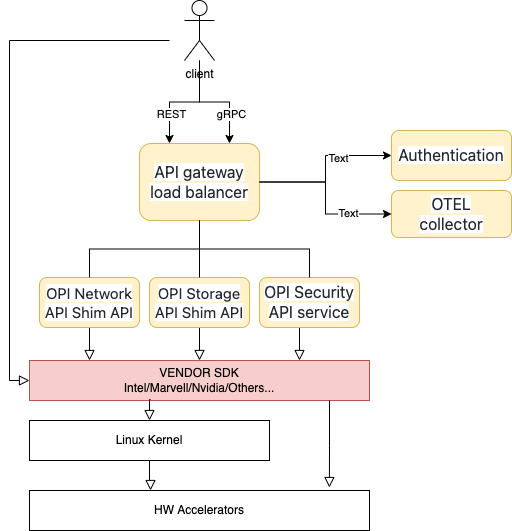
Before: doc/images/API-GW-Layers.png, a diagram exported from draw.io (tedstreete/opi-api). Source tidied: cells renumbered, new cells last; positions are measured from the earlier drawing's top-left corner, leaving out a move shared by most shapes.
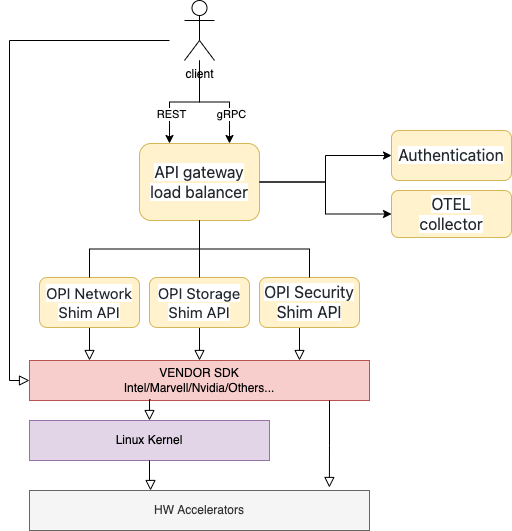
Above is the later version.

Change to the diagram source:
```diff
@@ -10,13 +10,10 @@
     <mxCell id="3" style="edgeStyle=orthogonalEdgeStyle;rounded=0;jettySize=auto;html=1;entryX=0;entryY=0.5;entryDx=0;entryDy=0;" parent="1" edge="1" source="5" target="15">
       <mxGeometry relative="1" as="geometry" />
     </mxCell>
-    <mxCell id="4" value="Text" style="edgeLabel;html=1;align=center;verticalAlign=middle;" parent="3" vertex="1">
-      <mxGeometry x="0.46" y="1" relative="1" as="geometry" />
-    </mxCell>
     <mxCell id="5" value="&lt;span style=&quot;color: rgb(36, 41, 47); font-family: -apple-system, BlinkMacSystemFont, &amp;quot;Segoe UI&amp;quot;, Helvetica, Arial, sans-serif, &amp;quot;Apple Color Emoji&amp;quot;, &amp;quot;Segoe UI Emoji&amp;quot;; font-size: 16px; text-align: left; background-color: rgb(255, 255, 255);&quot;&gt;API gateway&lt;br&gt;load balancer&lt;br&gt;&lt;/span&gt;" style="rounded=1;whiteSpace=wrap;html=1;fontSize=12;glass=0;strokeWidth=1;shadow=0;fillColor=#fff2cc;strokeColor=#d6b656;" parent="1" vertex="1">
       <mxGeometry x="130" y="143" width="120" height="77" as="geometry" />
     </mxCell>
-    <mxCell id="6" value="&lt;span style=&quot;color: rgb(36, 41, 47); font-family: -apple-system, BlinkMacSystemFont, &amp;quot;Segoe UI&amp;quot;, Helvetica, Arial, sans-serif, &amp;quot;Apple Color Emoji&amp;quot;, &amp;quot;Segoe UI Emoji&amp;quot;; font-size: 15px; text-align: left; background-color: rgb(255, 255, 255);&quot;&gt;OPI Network&lt;br&gt;API Shim API&lt;br&gt;&lt;/span&gt;" style="rounded=1;whiteSpace=wrap;html=1;fontSize=12;glass=0;strokeWidth=1;shadow=0;fillColor=#fff2cc;strokeColor=#d6b656;" parent="1" vertex="1">
+    <mxCell id="6" value="&lt;span style=&quot;color: rgb(36, 41, 47); font-family: -apple-system, BlinkMacSystemFont, &amp;quot;Segoe UI&amp;quot;, Helvetica, Arial, sans-serif, &amp;quot;Apple Color Emoji&amp;quot;, &amp;quot;Segoe UI Emoji&amp;quot;; font-size: 15px; text-align: left; background-color: rgb(255, 255, 255);&quot;&gt;OPI Network&lt;br&gt;Shim API&lt;br&gt;&lt;/span&gt;" style="rounded=1;whiteSpace=wrap;html=1;fontSize=12;glass=0;strokeWidth=1;shadow=0;fillColor=#fff2cc;strokeColor=#d6b656;" parent="1" vertex="1">
       <mxGeometry x="30" y="277" width="100" height="50" as="geometry" />
     </mxCell>
     <mxCell id="7" style="rounded=0;html=1;jettySize=auto;fontSize=11;endArrow=none;endFill=0;endSize=8;strokeWidth=1;shadow=0;labelBackgroundColor=none;edgeStyle=orthogonalEdgeStyle;" parent="1" edge="1" source="5" target="6">
@@ -33,7 +30,7 @@
         </Array>
       </mxGeometry>
     </mxCell>
-    <mxCell id="10" value="&lt;span style=&quot;color: rgb(36, 41, 47); font-family: -apple-system, BlinkMacSystemFont, &amp;quot;Segoe UI&amp;quot;, Helvetica, Arial, sans-serif, &amp;quot;Apple Color Emoji&amp;quot;, &amp;quot;Segoe UI Emoji&amp;quot;; font-size: 16px; text-align: left; background-color: rgb(255, 255, 255);&quot;&gt;OPI Security&lt;br&gt;API&amp;nbsp;&lt;/span&gt;&lt;span style=&quot;color: rgb(36, 41, 47); font-family: -apple-system, BlinkMacSystemFont, &amp;quot;Segoe UI&amp;quot;, Helvetica, Arial, sans-serif, &amp;quot;Apple Color Emoji&amp;quot;, &amp;quot;Segoe UI Emoji&amp;quot;; font-size: 16px; text-align: left; background-color: rgb(255, 255, 255);&quot;&gt;service&lt;/span&gt;&lt;span style=&quot;color: rgb(36, 41, 47); font-family: -apple-system, BlinkMacSystemFont, &amp;quot;Segoe UI&amp;quot;, Helvetica, Arial, sans-serif, &amp;quot;Apple Color Emoji&amp;quot;, &amp;quot;Segoe UI Emoji&amp;quot;; font-size: 16px; text-align: left; background-color: rgb(255, 255, 255);&quot;&gt;&lt;br&gt;&lt;/span&gt;" style="rounded=1;whiteSpace=wrap;html=1;fontSize=12;glass=0;strokeWidth=1;shadow=0;fillColor=#fff2cc;strokeColor=#d6b656;" parent="1" vertex="1">
+    <mxCell id="10" value="&lt;span style=&quot;color: rgb(36, 41, 47); font-family: -apple-system, BlinkMacSystemFont, &amp;quot;Segoe UI&amp;quot;, Helvetica, Arial, sans-serif, &amp;quot;Apple Color Emoji&amp;quot;, &amp;quot;Segoe UI Emoji&amp;quot;; font-size: 16px; text-align: left; background-color: rgb(255, 255, 255);&quot;&gt;OPI Security&lt;br&gt;&lt;/span&gt;&lt;span style=&quot;color: rgb(36, 41, 47); font-family: -apple-system, BlinkMacSystemFont, &amp;quot;Segoe UI&amp;quot;, Helvetica, Arial, sans-serif, &amp;quot;Apple Color Emoji&amp;quot;, &amp;quot;Segoe UI Emoji&amp;quot;; font-size: 16px; text-align: left; background-color: rgb(255, 255, 255);&quot;&gt;Shim API&lt;/span&gt;&lt;span style=&quot;color: rgb(36, 41, 47); font-family: -apple-system, BlinkMacSystemFont, &amp;quot;Segoe UI&amp;quot;, Helvetica, Arial, sans-serif, &amp;quot;Apple Color Emoji&amp;quot;, &amp;quot;Segoe UI Emoji&amp;quot;; font-size: 16px; text-align: left; background-color: rgb(255, 255, 255);&quot;&gt;&lt;br&gt;&lt;/span&gt;" style="rounded=1;whiteSpace=wrap;html=1;fontSize=12;glass=0;strokeWidth=1;shadow=0;fillColor=#fff2cc;strokeColor=#d6b656;" parent="1" vertex="1">
       <mxGeometry x="250" y="277" width="100" height="50" as="geometry" />
     </mxCell>
     <mxCell id="11" style="rounded=0;html=1;jettySize=auto;fontSize=11;endArrow=none;endFill=0;endSize=8;strokeWidth=1;shadow=0;labelBackgroundColor=none;edgeStyle=orthogonalEdgeStyle;exitX=0.5;exitY=1;exitDx=0;exitDy=0;" parent="1" edge="1" source="5" target="10">
@@ -44,7 +41,7 @@
         <mxPoint x="190" y="360" as="targetPoint" />
       </mxGeometry>
     </mxCell>
-    <mxCell id="13" value="&lt;font style=&quot;font-size: 15px;&quot;&gt;&lt;span style=&quot;color: rgb(36, 41, 47); font-family: -apple-system, BlinkMacSystemFont, &amp;quot;Segoe UI&amp;quot;, Helvetica, Arial, sans-serif, &amp;quot;Apple Color Emoji&amp;quot;, &amp;quot;Segoe UI Emoji&amp;quot;; text-align: left; background-color: rgb(255, 255, 255);&quot;&gt;OPI Storage&lt;/span&gt;&lt;br style=&quot;color: rgb(36, 41, 47); font-family: -apple-system, BlinkMacSystemFont, &amp;quot;Segoe UI&amp;quot;, Helvetica, Arial, sans-serif, &amp;quot;Apple Color Emoji&amp;quot;, &amp;quot;Segoe UI Emoji&amp;quot;; text-align: left;&quot;&gt;&lt;span style=&quot;color: rgb(36, 41, 47); font-family: -apple-system, BlinkMacSystemFont, &amp;quot;Segoe UI&amp;quot;, Helvetica, Arial, sans-serif, &amp;quot;Apple Color Emoji&amp;quot;, &amp;quot;Segoe UI Emoji&amp;quot;; text-align: left; background-color: rgb(255, 255, 255);&quot;&gt;API&amp;nbsp;&lt;/span&gt;&lt;span style=&quot;color: rgb(36, 41, 47); font-family: -apple-system, BlinkMacSystemFont, &amp;quot;Segoe UI&amp;quot;, Helvetica, Arial, sans-serif, &amp;quot;Apple Color Emoji&amp;quot;, &amp;quot;Segoe UI Emoji&amp;quot;; text-align: left; background-color: rgb(255, 255, 255);&quot;&gt;Shim API&lt;/span&gt;&lt;/font&gt;" style="rounded=1;whiteSpace=wrap;html=1;fontSize=12;glass=0;strokeWidth=1;shadow=0;fillColor=#fff2cc;strokeColor=#d6b656;" parent="1" vertex="1">
+    <mxCell id="13" value="&lt;font style=&quot;font-size: 15px;&quot;&gt;&lt;span style=&quot;color: rgb(36, 41, 47); font-family: -apple-system, BlinkMacSystemFont, &amp;quot;Segoe UI&amp;quot;, Helvetica, Arial, sans-serif, &amp;quot;Apple Color Emoji&amp;quot;, &amp;quot;Segoe UI Emoji&amp;quot;; text-align: left; background-color: rgb(255, 255, 255);&quot;&gt;OPI Storage&lt;/span&gt;&lt;br style=&quot;color: rgb(36, 41, 47); font-family: -apple-system, BlinkMacSystemFont, &amp;quot;Segoe UI&amp;quot;, Helvetica, Arial, sans-serif, &amp;quot;Apple Color Emoji&amp;quot;, &amp;quot;Segoe UI Emoji&amp;quot;; text-align: left;&quot;&gt;&lt;span style=&quot;color: rgb(36, 41, 47); font-family: -apple-system, BlinkMacSystemFont, &amp;quot;Segoe UI&amp;quot;, Helvetica, Arial, sans-serif, &amp;quot;Apple Color Emoji&amp;quot;, &amp;quot;Segoe UI Emoji&amp;quot;; text-align: left; background-color: rgb(255, 255, 255);&quot;&gt;Shim API&lt;/span&gt;&lt;/font&gt;" style="rounded=1;whiteSpace=wrap;html=1;fontSize=12;glass=0;strokeWidth=1;shadow=0;fillColor=#fff2cc;strokeColor=#d6b656;" parent="1" vertex="1">
       <mxGeometry x="140" y="277" width="100" height="50" as="geometry" />
     </mxCell>
     <mxCell id="14" style="rounded=0;html=1;jettySize=auto;fontSize=11;endArrow=none;endFill=0;endSize=8;strokeWidth=1;shadow=0;labelBackgroundColor=none;edgeStyle=orthogonalEdgeStyle;exitX=0.5;exitY=1;exitDx=0;exitDy=0;" parent="1" edge="1" source="5" target="13">
@@ -59,9 +56,6 @@
     <mxCell id="17" style="edgeStyle=orthogonalEdgeStyle;rounded=0;jettySize=auto;html=1;entryX=0;entryY=0.5;entryDx=0;entryDy=0;exitX=1;exitY=0.5;exitDx=0;exitDy=0;" parent="1" edge="1" source="5" target="16">
       <mxGeometry relative="1" as="geometry" />
     </mxCell>
-    <mxCell id="18" value="Text" style="edgeLabel;html=1;align=center;verticalAlign=middle;" parent="17" vertex="1">
-      <mxGeometry x="0.33" y="-2" relative="1" as="geometry" />
-    </mxCell>
     <mxCell id="19" style="edgeStyle=orthogonalEdgeStyle;rounded=0;jettySize=auto;html=1;entryX=0.25;entryY=0;entryDx=0;entryDy=0;" parent="1" edge="1" source="8" target="5">
       <mxGeometry relative="1" as="geometry" />
     </mxCell>
@@ -77,13 +71,13 @@
     <mxCell id="23" value="VENDOR SDK&lt;br&gt;Intel/Marvell/Nvidia/Others..." style="rounded=0;whiteSpace=wrap;html=1;fillColor=#f8cecc;strokeColor=#b85450;" parent="1" vertex="1">
       <mxGeometry x="20" y="360" width="340" height="40" as="geometry" />
     </mxCell>
-    <mxCell id="24" value="Linux Kernel" style="rounded=0;whiteSpace=wrap;html=1;" parent="1" vertex="1">
+    <mxCell id="24" value="Linux Kernel" style="rounded=0;whiteSpace=wrap;html=1;fillColor=#e1d5e7;strokeColor=#9673a6;" parent="1" vertex="1">
       <mxGeometry x="20" y="420" width="240" height="40" as="geometry" />
     </mxCell>
     <mxCell id="25" style="rounded=0;html=1;jettySize=auto;fontSize=11;endArrow=block;endFill=0;endSize=8;strokeWidth=1;shadow=0;labelBackgroundColor=none;edgeStyle=orthogonalEdgeStyle;startArrow=none;exitX=0.356;exitY=0.975;exitDx=0;exitDy=0;entryX=0.5;entryY=0;entryDx=0;entryDy=0;exitPerimeter=0;" parent="1" edge="1" source="23" target="24">
       <mxGeometry relative="1" as="geometry" />
     </mxCell>
-    <mxCell id="26" value="HW Accelerators" style="rounded=0;whiteSpace=wrap;html=1;" parent="1" vertex="1">
+    <mxCell id="26" value="HW Accelerators" style="rounded=0;whiteSpace=wrap;html=1;fillColor=#f5f5f5;fontColor=#333333;strokeColor=#666666;" parent="1" vertex="1">
       <mxGeometry x="20" y="490" width="340" height="40" as="geometry" />
     </mxCell>
     <mxCell id="27" style="rounded=0;html=1;jettySize=auto;fontSize=11;endArrow=block;endFill=0;endSize=8;strokeWidth=1;shadow=0;labelBackgroundColor=none;edgeStyle=orthogonalEdgeStyle;startArrow=none;entryX=0.356;entryY=0;entryDx=0;entryDy=0;entryPerimeter=0;" parent="1" edge="1" source="24" target="26">
```
